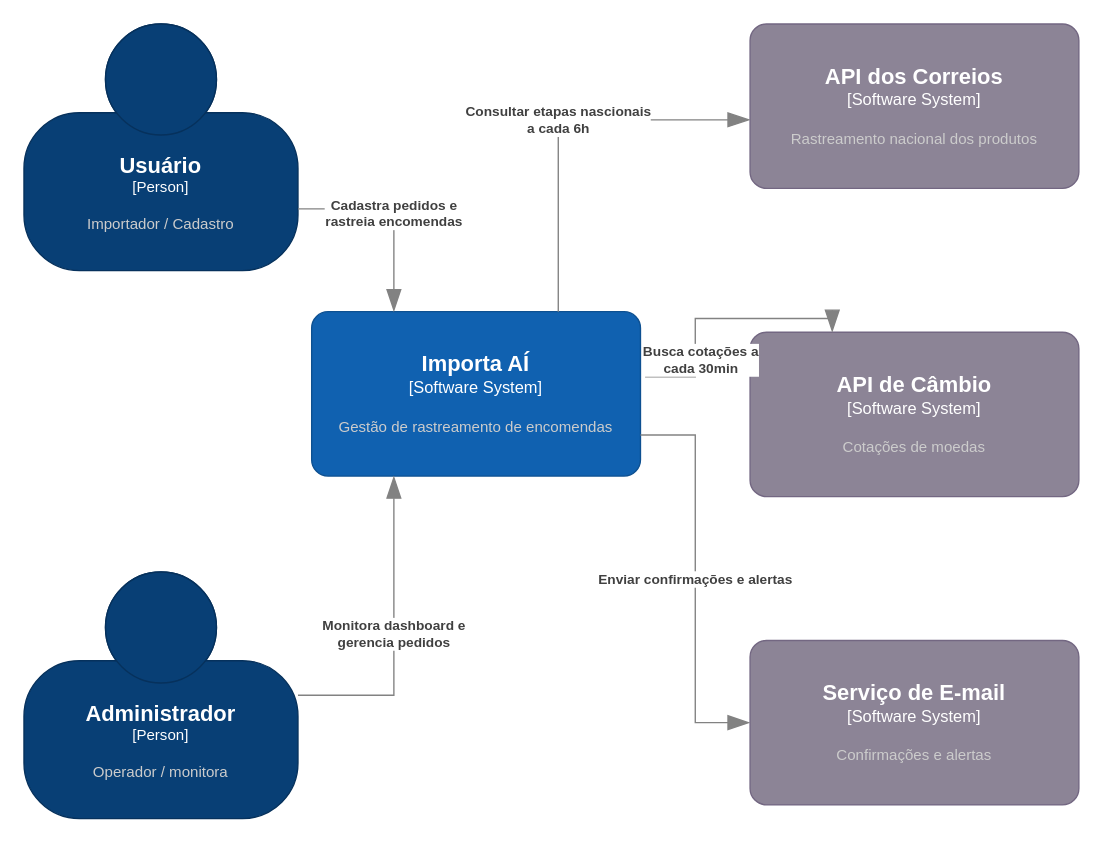
This is artefatos/design-de-software/diagramas-C4/Diagrama-de-Contexto-importa-ai.drawio from HigorPauulo/importa-ai, a draw.io file, before an edit. Source tidied: cells renumbered, new cells numbered last; positions are measured from the earlier drawing's top-left corner, leaving out a move shared by most shapes. Both pictures are drawn from the tidied source at 137%, with x=0, y=0 at pixel (23, 23).
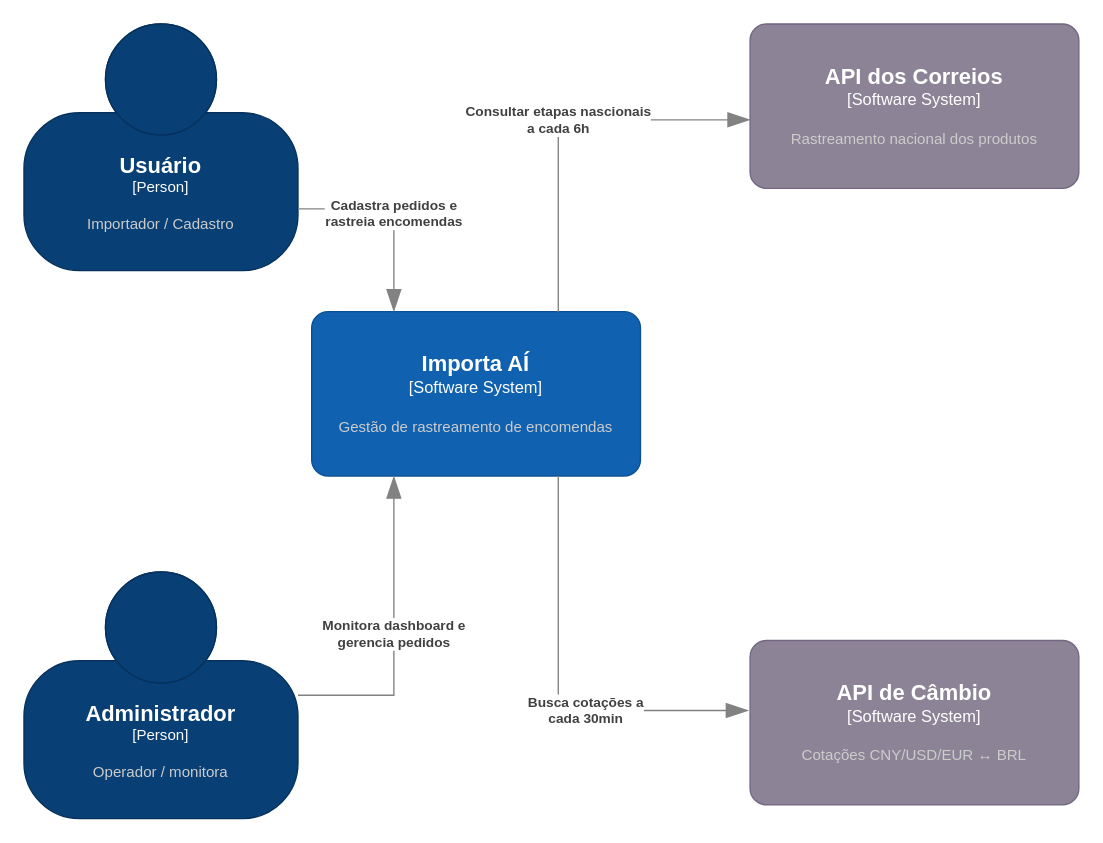
After the change.

Commit message (it also covers changes not shown here):
docs(c4): atualizar diagramas Contexto e Container

- Contexto: rótulo da API de Câmbio passa a especificar pares CNY/USD/EUR ↔ BRL
- Container: remove serviço de e-mail e seu canal SMTP (fora do escopo)
- Container: WebSocket Server fundido no API Backend (descrição atualizada
  para REST + endpoint STOMP /ws)
- Container: nova seta 'Notificações em tempo real (STOMP/WS)' do API Backend
  para o Usuário
- Container: rótulo do broker confirmado como RabbitMQ 3.13

The change refers to these unchanged cells:
```xml
<object id="2" label="&lt;font style=&quot;font-size: 16px&quot;&gt;&lt;b&gt;%c4Name%&lt;/b&gt;&lt;/font&gt;&lt;div&gt;[%c4Type%]&lt;/div&gt;&lt;br&gt;&lt;div&gt;&lt;font style=&quot;font-size: 11px&quot;&gt;&lt;font color=&quot;#cccccc&quot;&gt;%c4Description%&lt;/font&gt;&lt;/div&gt;" c4Description="Gestão de rastreamento de encomendas" c4Name="Importa AÍ" c4Type="Software System" placeholders="1">
  <mxCell style="rounded=1;whiteSpace=wrap;html=1;labelBackgroundColor=none;fillColor=#1061B0;fontColor=#ffffff;align=center;arcSize=10;strokeColor=#0D5091;points=[[0.25,0,0],[0.5,0,0],[0.75,0,0],[1,0.25,0],[1,0.5,0],[1,0.75,0],[0.75,1,0],[0.5,1,0],[0.25,1,0],[0,0.75,0],[0,0.5,0],[0,0.25,0]];" parent="1" vertex="1">
    <mxGeometry x="210" y="210" width="240" height="120" as="geometry" />
  </mxCell>
</object>
```

The edit, as a diff of the source:
```diff
@@
-    <object id="7" label="&lt;font style=&quot;font-size: 16px&quot;&gt;&lt;b&gt;%c4Name%&lt;/b&gt;&lt;/font&gt;&lt;div&gt;[%c4Type%]&lt;/div&gt;&lt;br&gt;&lt;div&gt;&lt;font style=&quot;font-size: 11px&quot;&gt;&lt;font color=&quot;#cccccc&quot;&gt;%c4Description%&lt;/font&gt;&lt;/div&gt;" c4Description="Confirmações e alertas" c4Name="Serviço de E-mail" c4Type="Software System" placeholders="1">
-      <mxCell style="rounded=1;whiteSpace=wrap;html=1;labelBackgroundColor=none;fillColor=#8C8496;fontColor=#ffffff;align=center;arcSize=10;strokeColor=#736782;points=[[0.25,0,0],[0.5,0,0],[0.75,0,0],[1,0.25,0],[1,0.5,0],[1,0.75,0],[0.75,1,0],[0.5,1,0],[0.25,1,0],[0,0.75,0],[0,0.5,0],[0,0.25,0]];" parent="1" vertex="1">
-        <mxGeometry x="530" y="450" width="240" height="120" as="geometry" />
-      </mxCell>
-    </object>
-    <object id="8" label="&lt;font style=&quot;font-size: 16px&quot;&gt;&lt;b&gt;%c4Name%&lt;/b&gt;&lt;/font&gt;&lt;div&gt;[%c4Type%]&lt;/div&gt;&lt;br&gt;&lt;div&gt;&lt;font style=&quot;font-size: 11px&quot;&gt;&lt;font color=&quot;#cccccc&quot;&gt;%c4Description%&lt;/font&gt;&lt;/div&gt;" c4Description="Cotações de moedas" c4Name="API de Câmbio" c4Type="Software System" placeholders="1">
+    <object id="8" label="&lt;font style=&quot;font-size: 16px&quot;&gt;&lt;b&gt;%c4Name%&lt;/b&gt;&lt;/font&gt;&lt;div&gt;[%c4Type%]&lt;/div&gt;&lt;br&gt;&lt;div&gt;&lt;font style=&quot;font-size: 11px&quot;&gt;&lt;font color=&quot;#cccccc&quot;&gt;%c4Description%&lt;/font&gt;&lt;/div&gt;" c4Description="Cotações CNY/USD/EUR ↔ BRL" c4Name="API de Câmbio" c4Type="Software System" placeholders="1">
       <mxCell style="rounded=1;whiteSpace=wrap;html=1;labelBackgroundColor=none;fillColor=#8C8496;fontColor=#ffffff;align=center;arcSize=10;strokeColor=#736782;points=[[0.25,0,0],[0.5,0,0],[0.75,0,0],[1,0.25,0],[1,0.5,0],[1,0.75,0],[0.75,1,0],[0.5,1,0],[0.25,1,0],[0,0.75,0],[0,0.5,0],[0,0.25,0]];" parent="1" vertex="1">
-        <mxGeometry x="530" y="225" width="240" height="120" as="geometry" />
+        <mxGeometry x="530" y="450" width="240" height="120" as="geometry" />
       </mxCell>
     </object>
@@
     <object id="11" label="&lt;div style=&quot;text-align: left&quot;&gt;&lt;div style=&quot;text-align: center&quot;&gt;&lt;b&gt;%c4Description%&lt;/b&gt;&lt;/div&gt;" c4Description="Busca cotações a &#10;cada 30min" placeholders="1">
-      <mxCell style="endArrow=blockThin;html=1;fontSize=10;fontColor=#404040;strokeWidth=1;endFill=1;strokeColor=#828282;elbow=vertical;endSize=14;startSize=14;jumpStyle=arc;jumpSize=16;rounded=0;edgeStyle=orthogonalEdgeStyle;exitX=1.014;exitY=0.396;exitDx=0;exitDy=0;exitPerimeter=0;entryX=0.25;entryY=0;entryDx=0;entryDy=0;entryPerimeter=0;" parent="1" edge="1" source="2" target="8">
-        <mxGeometry y="-15" relative="1" as="geometry">
-          <mxPoint x="-12" y="15" as="offset" />
+      <mxCell style="endArrow=blockThin;html=1;fontSize=10;fontColor=#404040;strokeWidth=1;endFill=1;strokeColor=#828282;elbow=vertical;endSize=14;startSize=14;jumpStyle=arc;jumpSize=16;rounded=0;edgeStyle=orthogonalEdgeStyle;exitX=0.75;exitY=1;exitDx=0;exitDy=0;exitPerimeter=0;entryX=-0.005;entryY=0.426;entryDx=0;entryDy=0;entryPerimeter=0;" parent="1" edge="1" source="2" target="8">
+        <mxGeometry x="0.23" relative="1" as="geometry">
+          <Array as="points">
+            <mxPoint x="390" y="501" />
+          </Array>
         </mxGeometry>
       </mxCell>
     </object>
-    <object id="12" label="&lt;div style=&quot;text-align: left&quot;&gt;&lt;div style=&quot;text-align: center&quot;&gt;&lt;b&gt;%c4Description%&lt;/b&gt;&lt;/div&gt;" c4Description="Enviar confirmações e alertas" placeholders="1">
-      <mxCell style="endArrow=blockThin;html=1;fontSize=10;fontColor=#404040;strokeWidth=1;endFill=1;strokeColor=#828282;elbow=vertical;endSize=14;startSize=14;jumpStyle=arc;jumpSize=16;rounded=0;edgeStyle=orthogonalEdgeStyle;entryX=0;entryY=0.5;entryDx=0;entryDy=0;entryPerimeter=0;exitX=1;exitY=0.75;exitDx=0;exitDy=0;exitPerimeter=0;" parent="1" edge="1" source="2" target="7">
-        <mxGeometry relative="1" as="geometry" />
-      </mxCell>
-    </object>
```
